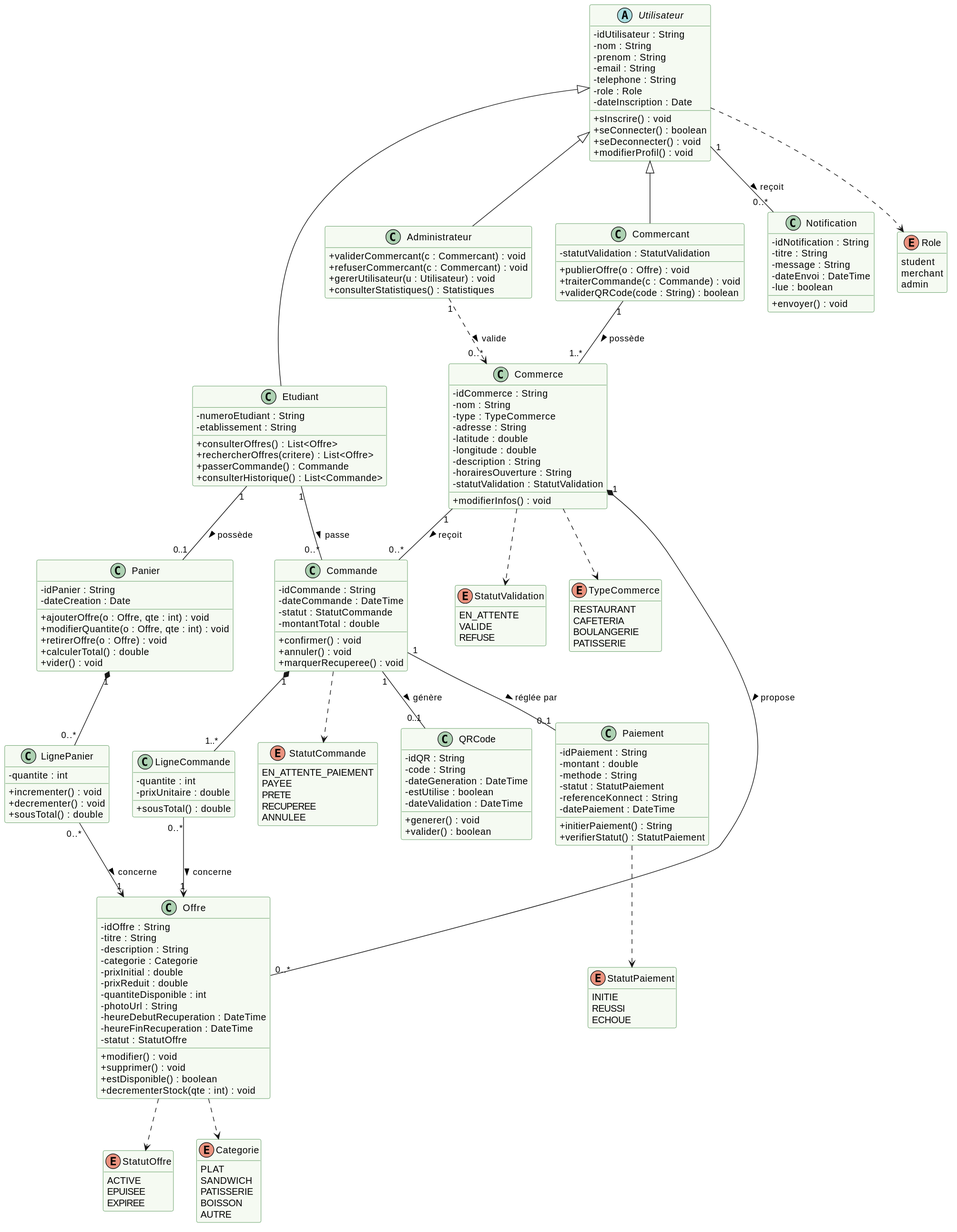
The PlantUML diagram docs/uml/diagramme_classes_CampusSave.svg in RanimObaia/CAMPUSSAVE, before a commit.
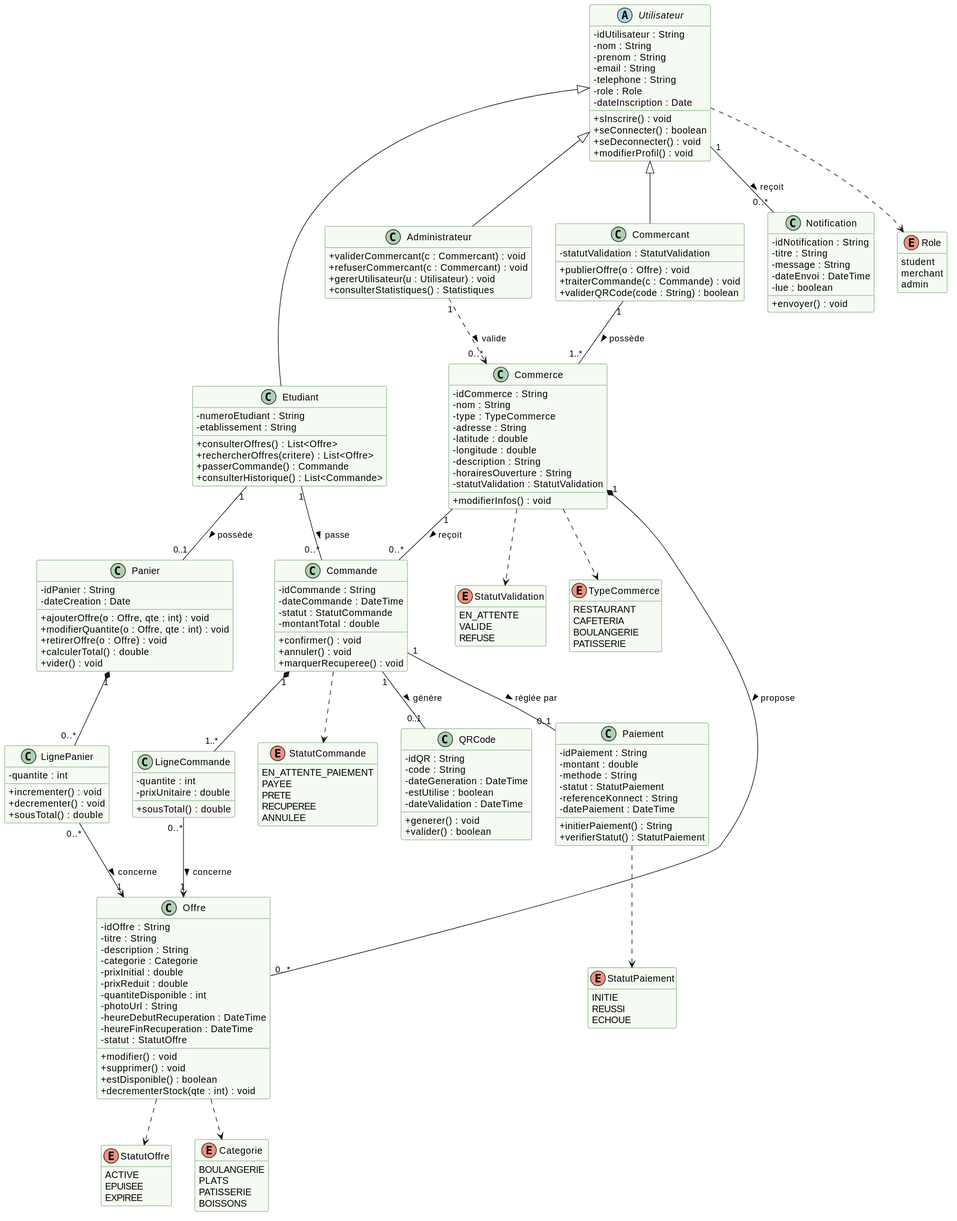
After the commit.

The edit, as a diff of the source:
```diff
@@ -172,11 +172,10 @@
   ECHOUE
 }
 enum Categorie {
-  PLAT
-  SANDWICH
+  BOULANGERIE
+  PLATS
   PATISSERIE
-  BOISSON
-  AUTRE
+  BOISSONS
 }
 
 Utilisateur <|-- Etudiant
```
